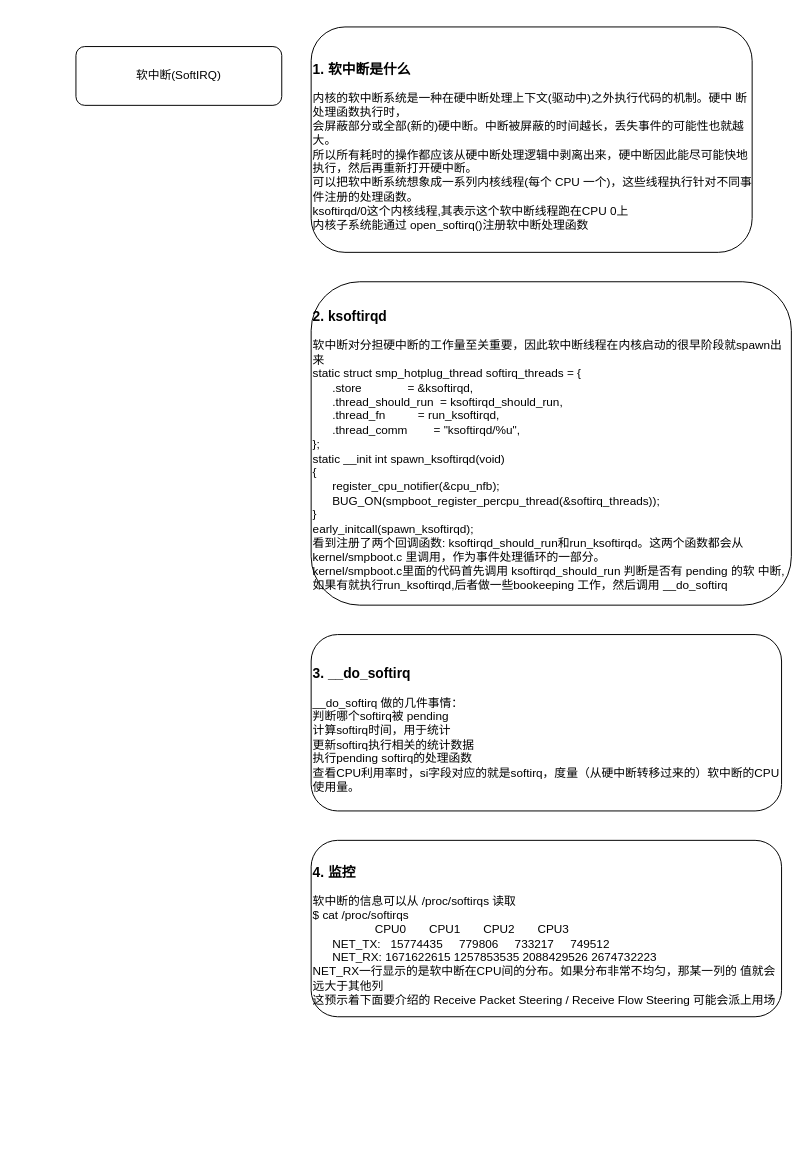
Before: network_rx_softirq.drawio in bjqhfd/draw, a draw.io diagram. Source tidied: cells renumbered, new cells numbered last; positions are measured from the earlier drawing's top-left corner, leaving out a move shared by most shapes. Both pictures are drawn from the tidied source at 98%, with x=0, y=0 at pixel (75, 26).
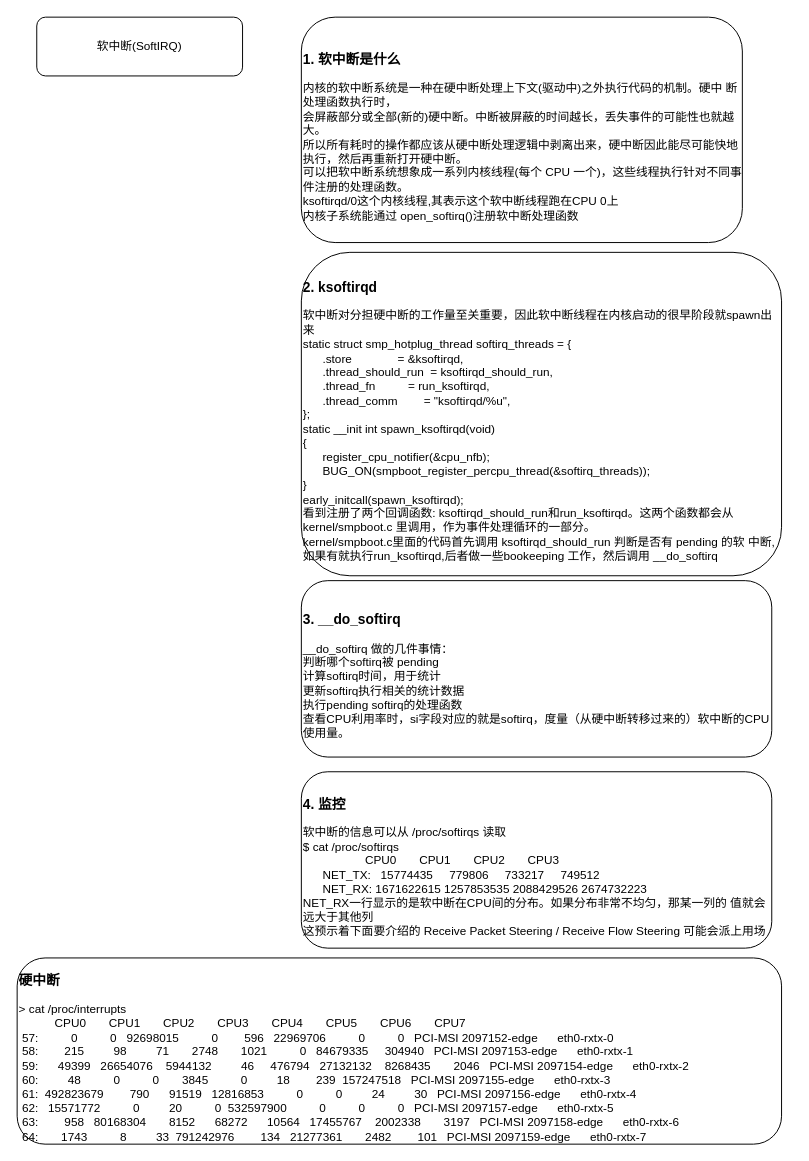
The same page after the edit.

The edit, as a diff of the source:
```diff
@@
 <mxGraphModel>
   <root>
     <mxCell id="0" />
     <mxCell id="1" parent="0" />
     <mxCell id="2" value="软中断(SoftIRQ)" style="rounded=1;whiteSpace=wrap;html=1;" parent="1" vertex="1">
-      <mxGeometry y="20" width="210" height="60" as="geometry" />
+      <mxGeometry x="-40" y="-10" width="210" height="60" as="geometry" />
     </mxCell>
     <mxCell id="3" value="&lt;h3&gt;1. 软中断是什么&lt;/h3&gt;&lt;div&gt;内核的软中断系统是一种在硬中断处理上下文(驱动中)之外执行代码的机制。硬中 断处理函数执行时，&lt;/div&gt;&lt;div&gt;会屏蔽部分或全部(新的)硬中断。中断被屏蔽的时间越长，丢失事件的可能性也就越大。&lt;/div&gt;&lt;div&gt;所以所有耗时的操作都应该从硬中断处理逻辑中剥离出来，硬中断因此能尽可能快地执行，然后再重新打开硬中断。&lt;/div&gt;&lt;div&gt;可以把软中断系统想象成一系列内核线程(每个 CPU 一个)，这些线程执行针对不同事件注册的处理函数。&lt;/div&gt;&lt;div&gt;ksoftirqd/0这个内核线程,其表示这个软中断线程跑在CPU 0上&lt;/div&gt;&lt;div&gt;内核子系统能通过 open_softirq()注册软中断处理函数&lt;/div&gt;" style="rounded=1;whiteSpace=wrap;html=1;align=left;" parent="1" vertex="1">
-      <mxGeometry x="240" width="450" height="230" as="geometry" />
+      <mxGeometry x="230" y="-10" width="450" height="230" as="geometry" />
     </mxCell>
     <mxCell id="4" value="&lt;h3&gt;2. ksoftirqd&lt;/h3&gt;&lt;div&gt;软中断对分担硬中断的工作量至关重要，因此软中断线程在内核启动的很早阶段就spawn出来&lt;/div&gt;&lt;div&gt;static struct smp_hotplug_thread softirq_threads = {&lt;/div&gt;&lt;div&gt;&amp;nbsp; &amp;nbsp; &amp;nbsp; .store&amp;nbsp; &amp;nbsp; &amp;nbsp; &amp;nbsp; &amp;nbsp; &amp;nbsp; &amp;nbsp; = &amp;amp;ksoftirqd,&lt;/div&gt;&lt;div&gt;&amp;nbsp; &amp;nbsp; &amp;nbsp; .thread_should_run&amp;nbsp; = ksoftirqd_should_run,&lt;/div&gt;&lt;div&gt;&amp;nbsp; &amp;nbsp; &amp;nbsp; .thread_fn&amp;nbsp; &amp;nbsp; &amp;nbsp; &amp;nbsp; &amp;nbsp; = run_ksoftirqd,&lt;/div&gt;&lt;div&gt;&amp;nbsp; &amp;nbsp; &amp;nbsp; .thread_comm&amp;nbsp; &amp;nbsp; &amp;nbsp; &amp;nbsp; = &quot;ksoftirqd/%u&quot;,&lt;/div&gt;&lt;div&gt;};&lt;/div&gt;&lt;div&gt;static __init int spawn_ksoftirqd(void)&lt;/div&gt;&lt;div&gt;{&lt;/div&gt;&lt;div&gt;&amp;nbsp; &amp;nbsp; &amp;nbsp; register_cpu_notifier(&amp;amp;cpu_nfb);&lt;/div&gt;&lt;div&gt;&amp;nbsp; &amp;nbsp; &amp;nbsp; BUG_ON(smpboot_register_percpu_thread(&amp;amp;softirq_threads));&lt;/div&gt;&lt;div&gt;}&lt;/div&gt;&lt;div&gt;early_initcall(spawn_ksoftirqd);&lt;/div&gt;&lt;div&gt;看到注册了两个回调函数: ksoftirqd_should_run和run_ksoftirqd。这两个函数都会从 kernel/smpboot.c 里调用，作为事件处理循环的一部分。&lt;/div&gt;&lt;div&gt;kernel/smpboot.c里面的代码首先调用 ksoftirqd_should_run 判断是否有 pending 的软 中断,&lt;/div&gt;&lt;div&gt;如果有就执行run_ksoftirqd,后者做一些bookeeping 工作，然后调用 __do_softirq&lt;/div&gt;" style="rounded=1;whiteSpace=wrap;html=1;align=left;" parent="1" vertex="1">
-      <mxGeometry x="240" y="260" width="490" height="330" as="geometry" />
+      <mxGeometry x="230" y="230" width="490" height="330" as="geometry" />
     </mxCell>
     <mxCell id="5" value="&lt;h3&gt;3. __do_softirq&lt;/h3&gt;&lt;div&gt;__do_softirq 做的几件事情：&lt;/div&gt;&lt;div&gt;判断哪个softirq被 pending&lt;/div&gt;&lt;div&gt;计算softirq时间，用于统计&lt;/div&gt;&lt;div&gt;更新softirq执行相关的统计数据&lt;/div&gt;&lt;div&gt;执行pending softirq的处理函数&lt;/div&gt;&lt;div&gt;查看CPU利用率时，si字段对应的就是softirq，度量（从硬中断转移过来的）软中断的CPU使用量。&lt;/div&gt;" style="rounded=1;whiteSpace=wrap;html=1;align=left;" parent="1" vertex="1">
-      <mxGeometry x="240" y="620" width="480" height="180" as="geometry" />
+      <mxGeometry x="230" y="565" width="480" height="180" as="geometry" />
     </mxCell>
     <mxCell id="6" value="&lt;h3&gt;4. 监控&lt;/h3&gt;&lt;div&gt;软中断的信息可以从 /proc/softirqs 读取&lt;/div&gt;&lt;div&gt;$ cat /proc/softirqs&lt;/div&gt;&lt;div&gt;&amp;nbsp; &amp;nbsp; &amp;nbsp; &amp;nbsp; &amp;nbsp; &amp;nbsp; &amp;nbsp; &amp;nbsp; &amp;nbsp; &amp;nbsp;CPU0&amp;nbsp; &amp;nbsp; &amp;nbsp; &amp;nbsp;CPU1&amp;nbsp; &amp;nbsp; &amp;nbsp; &amp;nbsp;CPU2&amp;nbsp; &amp;nbsp; &amp;nbsp; &amp;nbsp;CPU3&lt;/div&gt;&lt;div&gt;&amp;nbsp; &amp;nbsp; &amp;nbsp; NET_TX:&amp;nbsp; &amp;nbsp;15774435&amp;nbsp; &amp;nbsp; &amp;nbsp;779806&amp;nbsp; &amp;nbsp; &amp;nbsp;733217&amp;nbsp; &amp;nbsp; &amp;nbsp;749512&lt;/div&gt;&lt;div&gt;&amp;nbsp; &amp;nbsp; &amp;nbsp; NET_RX: 1671622615 1257853535 2088429526 2674732223&lt;/div&gt;&lt;div&gt;NET_RX一行显示的是软中断在CPU间的分布。如果分布非常不均匀，那某一列的 值就会远大于其他列&lt;/div&gt;&lt;div&gt;这预示着下面要介绍的 Receive Packet Steering / Receive Flow Steering 可能会派上用场&lt;/div&gt;" style="rounded=1;whiteSpace=wrap;html=1;align=left;" parent="1" vertex="1">
-      <mxGeometry x="240" y="830" width="480" height="180" as="geometry" />
+      <mxGeometry x="230" y="760" width="480" height="180" as="geometry" />
     </mxCell>
+    <mxCell id="7" value="&lt;h3&gt;硬中断&lt;/h3&gt;&lt;div&gt;&amp;gt; cat /proc/interrupts&lt;/div&gt;&lt;div&gt;&amp;nbsp; &amp;nbsp; &amp;nbsp; &amp;nbsp; &amp;nbsp; &amp;nbsp;CPU0&amp;nbsp; &amp;nbsp; &amp;nbsp; &amp;nbsp;CPU1&amp;nbsp; &amp;nbsp; &amp;nbsp; &amp;nbsp;CPU2&amp;nbsp; &amp;nbsp; &amp;nbsp; &amp;nbsp;CPU3&amp;nbsp; &amp;nbsp; &amp;nbsp; &amp;nbsp;CPU4&amp;nbsp; &amp;nbsp; &amp;nbsp; &amp;nbsp;CPU5&amp;nbsp; &amp;nbsp; &amp;nbsp; &amp;nbsp;CPU6&amp;nbsp; &amp;nbsp; &amp;nbsp; &amp;nbsp;CPU7&lt;/div&gt;&lt;div&gt;&amp;nbsp;57:&amp;nbsp; &amp;nbsp; &amp;nbsp; &amp;nbsp; &amp;nbsp; 0&amp;nbsp; &amp;nbsp; &amp;nbsp; &amp;nbsp; &amp;nbsp; 0&amp;nbsp; &amp;nbsp;92698015&amp;nbsp; &amp;nbsp; &amp;nbsp; &amp;nbsp; &amp;nbsp; 0&amp;nbsp; &amp;nbsp; &amp;nbsp; &amp;nbsp; 596&amp;nbsp; &amp;nbsp;22969706&amp;nbsp; &amp;nbsp; &amp;nbsp; &amp;nbsp; &amp;nbsp; 0&amp;nbsp; &amp;nbsp; &amp;nbsp; &amp;nbsp; &amp;nbsp; 0&amp;nbsp; &amp;nbsp;PCI-MSI 2097152-edge&amp;nbsp; &amp;nbsp; &amp;nbsp; eth0-rxtx-0&lt;/div&gt;&lt;div&gt;&amp;nbsp;58:&amp;nbsp; &amp;nbsp; &amp;nbsp; &amp;nbsp; 215&amp;nbsp; &amp;nbsp; &amp;nbsp; &amp;nbsp; &amp;nbsp;98&amp;nbsp; &amp;nbsp; &amp;nbsp; &amp;nbsp; &amp;nbsp;71&amp;nbsp; &amp;nbsp; &amp;nbsp; &amp;nbsp;2748&amp;nbsp; &amp;nbsp; &amp;nbsp; &amp;nbsp;1021&amp;nbsp; &amp;nbsp; &amp;nbsp; &amp;nbsp; &amp;nbsp; 0&amp;nbsp; &amp;nbsp;84679335&amp;nbsp; &amp;nbsp; &amp;nbsp;304940&amp;nbsp; &amp;nbsp;PCI-MSI 2097153-edge&amp;nbsp; &amp;nbsp; &amp;nbsp; eth0-rxtx-1&lt;/div&gt;&lt;div&gt;&amp;nbsp;59:&amp;nbsp; &amp;nbsp; &amp;nbsp; 49399&amp;nbsp; &amp;nbsp;26654076&amp;nbsp; &amp;nbsp; 5944132&amp;nbsp; &amp;nbsp; &amp;nbsp; &amp;nbsp; &amp;nbsp;46&amp;nbsp; &amp;nbsp; &amp;nbsp;476794&amp;nbsp; &amp;nbsp;27132132&amp;nbsp; &amp;nbsp; 8268435&amp;nbsp; &amp;nbsp; &amp;nbsp; &amp;nbsp;2046&amp;nbsp; &amp;nbsp;PCI-MSI 2097154-edge&amp;nbsp; &amp;nbsp; &amp;nbsp; eth0-rxtx-2&lt;/div&gt;&lt;div&gt;&amp;nbsp;60:&amp;nbsp; &amp;nbsp; &amp;nbsp; &amp;nbsp; &amp;nbsp;48&amp;nbsp; &amp;nbsp; &amp;nbsp; &amp;nbsp; &amp;nbsp; 0&amp;nbsp; &amp;nbsp; &amp;nbsp; &amp;nbsp; &amp;nbsp; 0&amp;nbsp; &amp;nbsp; &amp;nbsp; &amp;nbsp;3845&amp;nbsp; &amp;nbsp; &amp;nbsp; &amp;nbsp; &amp;nbsp; 0&amp;nbsp; &amp;nbsp; &amp;nbsp; &amp;nbsp; &amp;nbsp;18&amp;nbsp; &amp;nbsp; &amp;nbsp; &amp;nbsp; 239&amp;nbsp; 157247518&amp;nbsp; &amp;nbsp;PCI-MSI 2097155-edge&amp;nbsp; &amp;nbsp; &amp;nbsp; eth0-rxtx-3&lt;/div&gt;&lt;div&gt;&amp;nbsp;61:&amp;nbsp; 492823679&amp;nbsp; &amp;nbsp; &amp;nbsp; &amp;nbsp; 790&amp;nbsp; &amp;nbsp; &amp;nbsp; 91519&amp;nbsp; &amp;nbsp;12816853&amp;nbsp; &amp;nbsp; &amp;nbsp; &amp;nbsp; &amp;nbsp; 0&amp;nbsp; &amp;nbsp; &amp;nbsp; &amp;nbsp; &amp;nbsp; 0&amp;nbsp; &amp;nbsp; &amp;nbsp; &amp;nbsp; &amp;nbsp;24&amp;nbsp; &amp;nbsp; &amp;nbsp; &amp;nbsp; &amp;nbsp;30&amp;nbsp; &amp;nbsp;PCI-MSI 2097156-edge&amp;nbsp; &amp;nbsp; &amp;nbsp; eth0-rxtx-4&lt;/div&gt;&lt;div&gt;&amp;nbsp;62:&amp;nbsp; &amp;nbsp;15571772&amp;nbsp; &amp;nbsp; &amp;nbsp; &amp;nbsp; &amp;nbsp; 0&amp;nbsp; &amp;nbsp; &amp;nbsp; &amp;nbsp; &amp;nbsp;20&amp;nbsp; &amp;nbsp; &amp;nbsp; &amp;nbsp; &amp;nbsp; 0&amp;nbsp; 532597900&amp;nbsp; &amp;nbsp; &amp;nbsp; &amp;nbsp; &amp;nbsp; 0&amp;nbsp; &amp;nbsp; &amp;nbsp; &amp;nbsp; &amp;nbsp; 0&amp;nbsp; &amp;nbsp; &amp;nbsp; &amp;nbsp; &amp;nbsp; 0&amp;nbsp; &amp;nbsp;PCI-MSI 2097157-edge&amp;nbsp; &amp;nbsp; &amp;nbsp; eth0-rxtx-5&lt;/div&gt;&lt;div&gt;&amp;nbsp;63:&amp;nbsp; &amp;nbsp; &amp;nbsp; &amp;nbsp; 958&amp;nbsp; &amp;nbsp;80168304&amp;nbsp; &amp;nbsp; &amp;nbsp; &amp;nbsp;8152&amp;nbsp; &amp;nbsp; &amp;nbsp; 68272&amp;nbsp; &amp;nbsp; &amp;nbsp; 10564&amp;nbsp; &amp;nbsp;17455767&amp;nbsp; &amp;nbsp; 2002338&amp;nbsp; &amp;nbsp; &amp;nbsp; &amp;nbsp;3197&amp;nbsp; &amp;nbsp;PCI-MSI 2097158-edge&amp;nbsp; &amp;nbsp; &amp;nbsp; eth0-rxtx-6&lt;/div&gt;&lt;div&gt;&amp;nbsp;64:&amp;nbsp; &amp;nbsp; &amp;nbsp; &amp;nbsp;1743&amp;nbsp; &amp;nbsp; &amp;nbsp; &amp;nbsp; &amp;nbsp; 8&amp;nbsp; &amp;nbsp; &amp;nbsp; &amp;nbsp; &amp;nbsp;33&amp;nbsp; 791242976&amp;nbsp; &amp;nbsp; &amp;nbsp; &amp;nbsp; 134&amp;nbsp; &amp;nbsp;21277361&amp;nbsp; &amp;nbsp; &amp;nbsp; &amp;nbsp;2482&amp;nbsp; &amp;nbsp; &amp;nbsp; &amp;nbsp; 101&amp;nbsp; &amp;nbsp;PCI-MSI 2097159-edge&amp;nbsp; &amp;nbsp; &amp;nbsp; eth0-rxtx-7&lt;/div&gt;" style="rounded=1;whiteSpace=wrap;html=1;align=left;" parent="1" vertex="1">
+      <mxGeometry x="-60" y="950" width="780" height="190" as="geometry" />
+    </mxCell>
   </root>
 </mxGraphModel>
```
